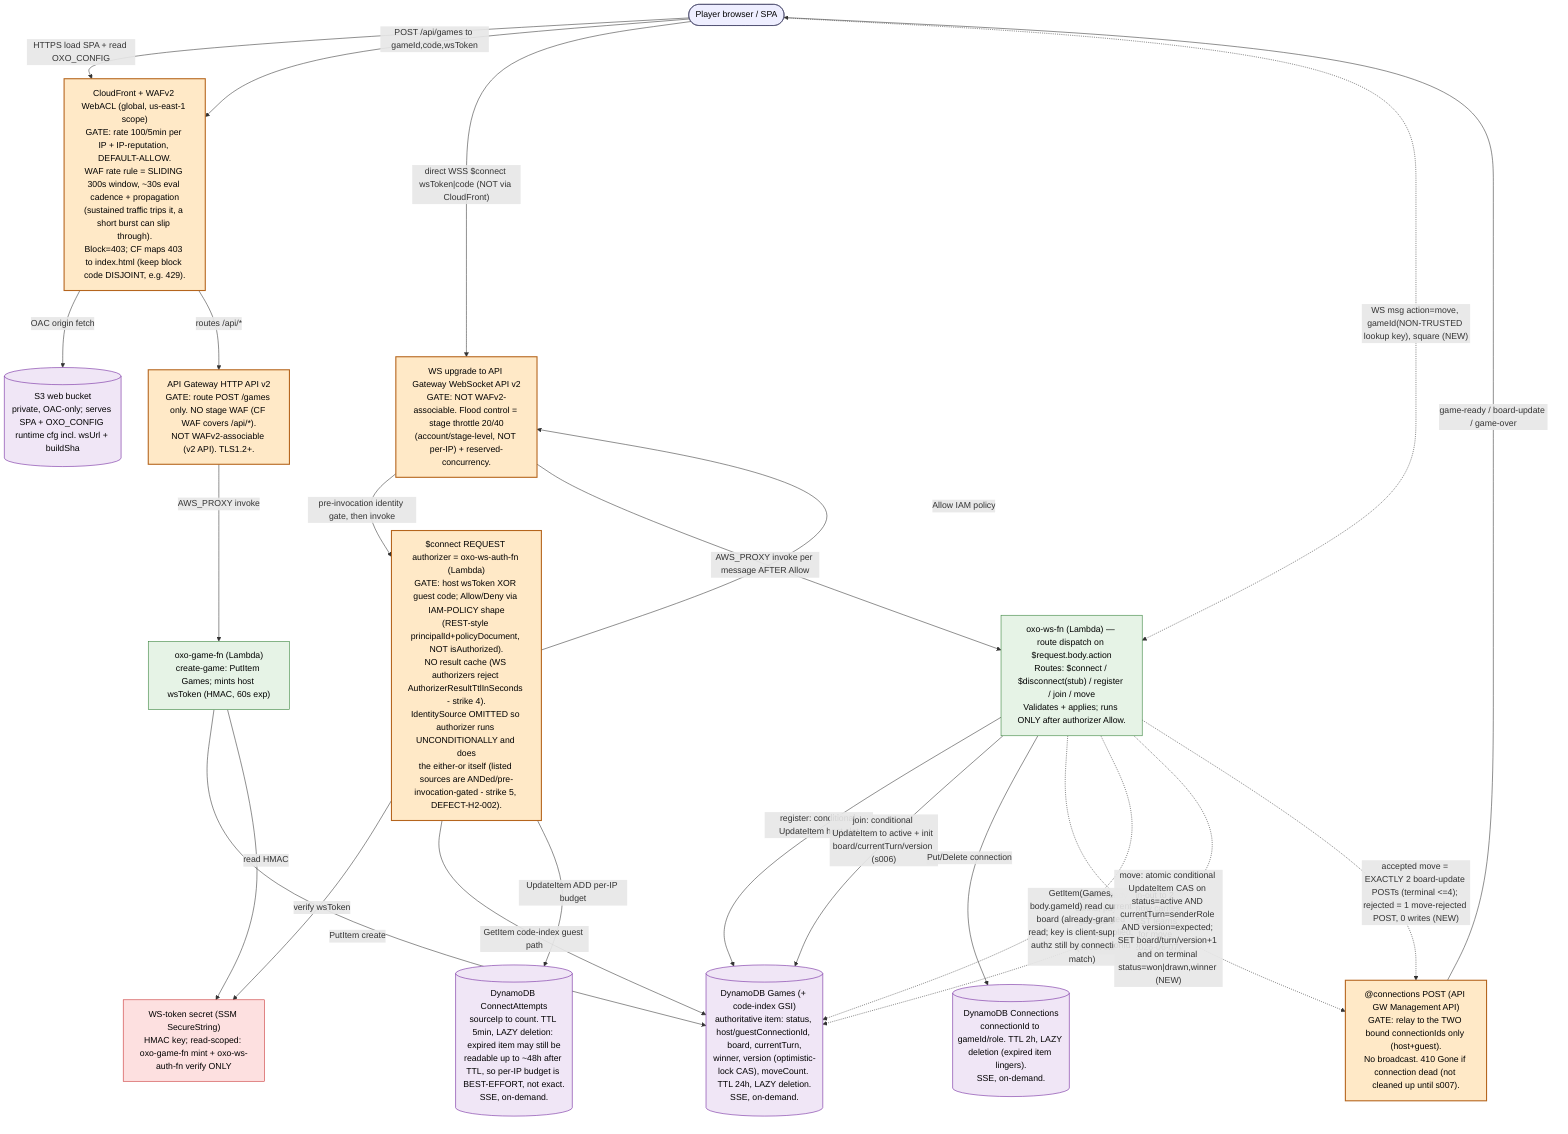
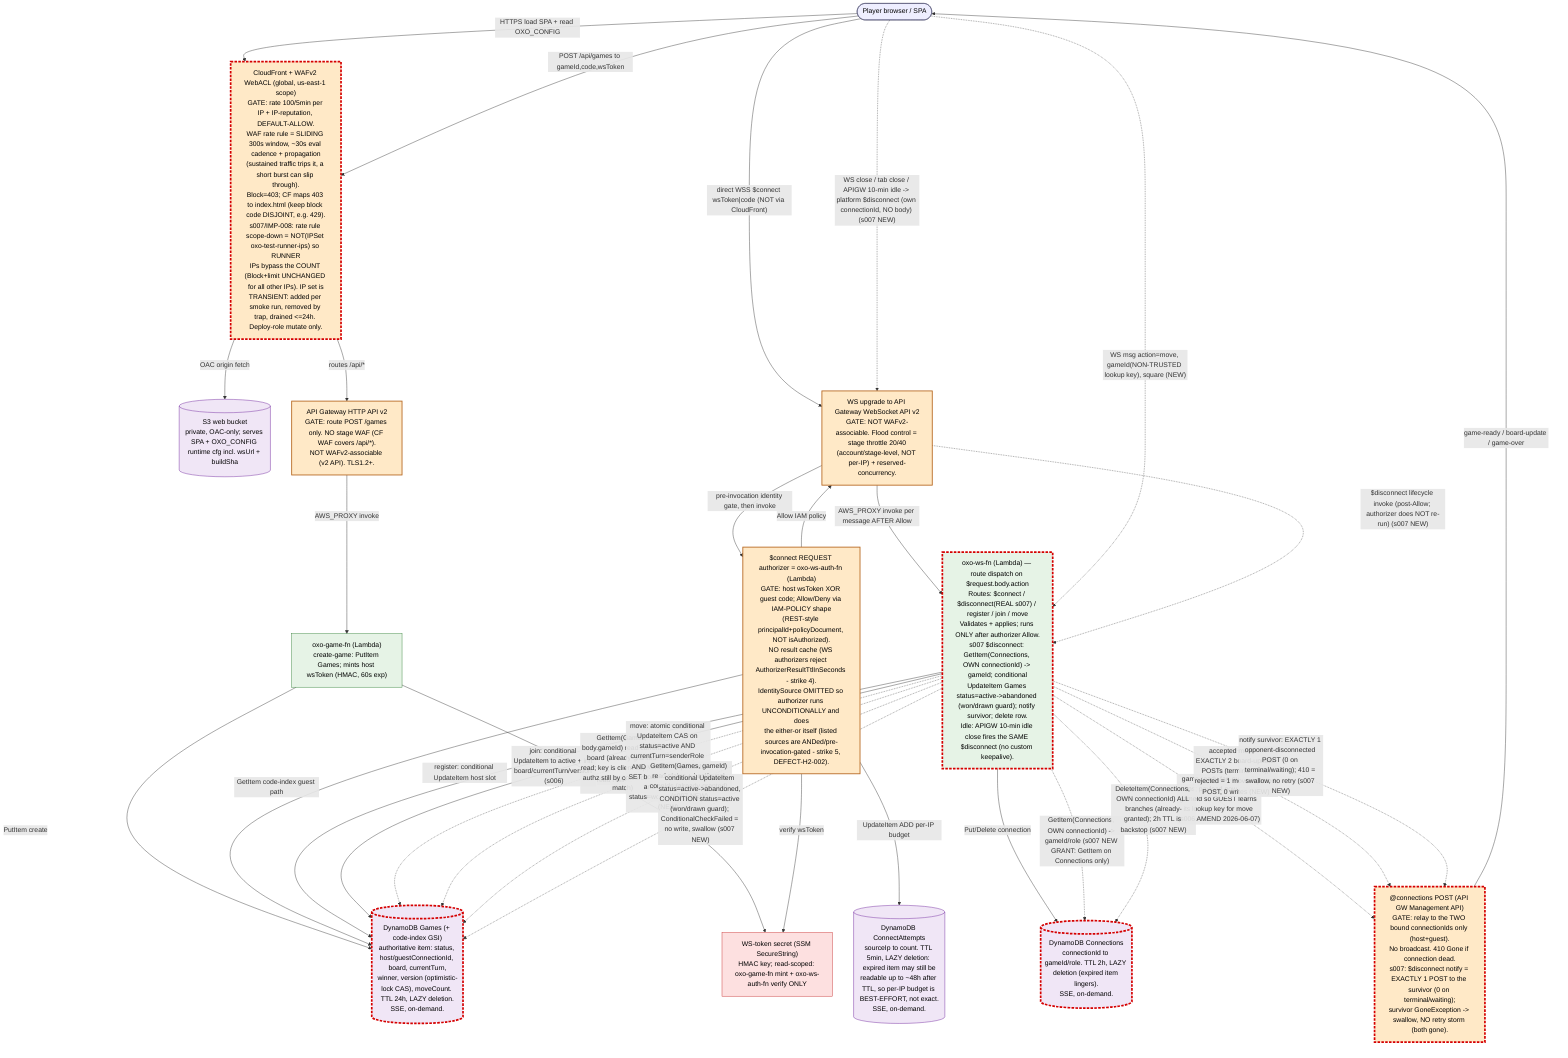
- %% oxo-online runtime data-flow — FIRST EDITION (s006, OI-31 architect share, process §12a)
+ %% oxo-online runtime data-flow — s007 edition (process §12a)
%% Platform GATES are explicit nodes. Non-obvious platform semantics are named ON the node.
- %% This file is the TESTER's planning input. classDef changed marks THIS slice's (s006) delta.
+ %% This file is the TESTER's planning input. classDef changed marks THIS slice's (s007) delta.
%% Granularity: module / gate level (coarse). Built scope only (deferred items are NOT drawn).
+ %% s007 marks: the $disconnect path becomes REAL (abandon+notify+clean up) and the
+ %% CloudFront WAF gate gains the oxo-test-runner-ips IP-set scope-down annotation (IMP-008).

flowchart TD

  %% ---- Edge / SPA path (HTTPS) ----
  player(["Player browser / SPA"]):::actor
-   cfwaf["CloudFront + WAFv2 WebACL (global, us-east-1 scope)<br/>GATE: rate 100/5min per IP + IP-reputation, DEFAULT-ALLOW.<br/>WAF rate rule = SLIDING 300s window, ~30s eval cadence + propagation<br/>(sustained traffic trips it, a short burst can slip through).<br/>Block=403; CF maps 403 to index.html (keep block code DISJOINT, e.g. 429)."]:::gate
+   cfwaf["CloudFront + WAFv2 WebACL (global, us-east-1 scope)<br/>GATE: rate 100/5min per IP + IP-reputation, DEFAULT-ALLOW.<br/>WAF rate rule = SLIDING 300s window, ~30s eval cadence + propagation<br/>(sustained traffic trips it, a short burst can slip through).<br/>Block=403; CF maps 403 to index.html (keep block code DISJOINT, e.g. 429).<br/>s007/IMP-008: rate rule scope-down = NOT(IPSet oxo-test-runner-ips) so RUNNER<br/>IPs bypass the COUNT (Block+limit UNCHANGED for all other IPs). IP set is<br/>TRANSIENT: added per smoke run, removed by trap, drained <=24h. Deploy-role mutate only."]:::gate
  s3[("S3 web bucket<br/>private, OAC-only; serves SPA + OXO_CONFIG runtime cfg incl. wsUrl + buildSha")]:::store
  httpapi["API Gateway HTTP API v2<br/>GATE: route POST /games only. NO stage WAF (CF WAF covers /api/*).<br/>NOT WAFv2-associable (v2 API). TLS1.2+."]:::gate
  gamefn["oxo-game-fn (Lambda)<br/>create-game: PutItem Games; mints host wsToken (HMAC, 60s exp)"]:::compute
  secret["WS-token secret (SSM SecureString)<br/>HMAC key; read-scoped: oxo-game-fn mint + oxo-ws-auth-fn verify ONLY"]:::secret

  %% ---- WebSocket path (WSS, NOT via CloudFront) ----
  wsupgrade["WS upgrade to API Gateway WebSocket API v2<br/>GATE: NOT WAFv2-associable. Flood control = stage throttle 20/40<br/>(account/stage-level, NOT per-IP) + reserved-concurrency."]:::gate
  wsauth["$connect REQUEST authorizer = oxo-ws-auth-fn (Lambda)<br/>GATE: host wsToken XOR guest code; Allow/Deny via IAM-POLICY shape<br/>(REST-style principalId+policyDocument, NOT isAuthorized).<br/>NO result cache (WS authorizers reject AuthorizerResultTtlInSeconds - strike 4).<br/>IdentitySource OMITTED so authorizer runs UNCONDITIONALLY and does<br/>the either-or itself (listed sources are ANDed/pre-invocation-gated - strike 5, DEFECT-H2-002)."]:::gate
  attempts[("DynamoDB ConnectAttempts<br/>sourceIp to count. TTL 5min, LAZY deletion: expired item may still be<br/>readable up to ~48h after TTL, so per-IP budget is BEST-EFFORT, not exact.<br/>SSE, on-demand.")]:::store
-   wsfn["oxo-ws-fn (Lambda) — route dispatch on $request.body.action<br/>Routes: $connect / $disconnect(stub) / register / join / move<br/>Validates + applies; runs ONLY after authorizer Allow."]:::compute
+   wsfn["oxo-ws-fn (Lambda) — route dispatch on $request.body.action<br/>Routes: $connect / $disconnect(REAL s007) / register / join / move<br/>Validates + applies; runs ONLY after authorizer Allow.<br/>s007 $disconnect: GetItem(Connections, OWN connectionId) -> gameId; conditional<br/>UpdateItem Games status=active->abandoned (won/drawn guard); notify survivor; delete row.<br/>Idle: APIGW 10-min idle close fires the SAME $disconnect (no custom keepalive)."]:::compute
  conn[("DynamoDB Connections<br/>connectionId to gameId/role. TTL 2h, LAZY deletion (expired item lingers).<br/>SSE, on-demand.")]:::store
  games[("DynamoDB Games (+ code-index GSI)<br/>authoritative item: status, host/guestConnectionId, board, currentTurn,<br/>winner, version (optimistic-lock CAS), moveCount. TTL 24h, LAZY deletion.<br/>SSE, on-demand.")]:::store
-   relay["@connections POST (API GW Management API)<br/>GATE: relay to the TWO bound connectionIds only (host+guest).<br/>No broadcast. 410 Gone if connection dead (not cleaned up until s007)."]:::gate
+   relay["@connections POST (API GW Management API)<br/>GATE: relay to the TWO bound connectionIds only (host+guest).<br/>No broadcast. 410 Gone if connection dead.<br/>s007: $disconnect notify = EXACTLY 1 POST to the survivor (0 on terminal/waiting);<br/>survivor GoneException -> swallow, NO retry storm (both gone)."]:::gate

  %% ---- Existing edges (built s001..s005-h2) ----
  player -->|"HTTPS load SPA + read OXO_CONFIG"| cfwaf
  cfwaf -->|"OAC origin fetch"| s3
  cfwaf -->|"routes /api/*"| httpapi
  player -->|"POST /api/games to gameId,code,wsToken"| cfwaf
  httpapi -->|"AWS_PROXY invoke"| gamefn
  gamefn -->|"PutItem create"| games
  gamefn -->|"read HMAC"| secret

  player -->|"direct WSS $connect wsToken|code (NOT via CloudFront)"| wsupgrade
  wsupgrade -->|"pre-invocation identity gate, then invoke"| wsauth
  wsauth -->|"verify wsToken"| secret
  wsauth -->|"GetItem code-index guest path"| games
  wsauth -->|"UpdateItem ADD per-IP budget"| attempts
  wsauth -->|"Allow IAM policy"| wsupgrade
  wsupgrade -->|"AWS_PROXY invoke per message AFTER Allow"| wsfn
  wsfn -->|"register: conditional UpdateItem host slot"| games
  wsfn -->|"join: conditional UpdateItem to active + init board/currentTurn/version (s006)"| games
  wsfn -->|"Put/Delete connection"| conn
  wsfn -.->|"game-ready fan-out to 2 conns; payload now carries gameId so GUEST learns its lookup key for move (s006 AMEND 2026-06-07)"| relay
  relay -->|"game-ready / board-update / game-over"| player

  %% ---- s006 NEW data flow: move relay (CHANGED, dotted) ----
  %% AMEND 2026-06-07: move frame carries gameId as a NON-TRUSTED LOOKUP KEY (selects
  %% the Games item to read; NOT an identity/role claim). Authorization is the
  %% server-side match of the REAL requestContext.connectionId vs stored host/guest
  %% ConnectionId; forged gameId resolves a game the sender is not in -> reject, no
  %% write. This is why NO Connections-read edge is added on the move path (S5 intact).
  %% game-ready fan-out (line 44 / join.ts) must now also carry gameId so the GUEST
  %% (joins by code) can supply the lookup key.
  player -.->|"WS msg action=move, gameId(NON-TRUSTED lookup key), square (NEW)"| wsfn
  wsfn -.->|"GetItem(Games, body.gameId) read current board (already-granted read; key is client-supplied, authz still by connectionId match)"| games
  wsfn -.->|"move: atomic conditional UpdateItem CAS on status=active AND currentTurn=senderRole AND version=expected; SET board/turn/version+1 and on terminal status=won|drawn,winner (NEW)"| games
  wsfn -.->|"accepted move = EXACTLY 2 board-update POSTs (terminal <=4); rejected = 1 move-rejected POST, 0 writes (NEW)"| relay

+   %% ---- s007 NEW data flow: $disconnect abandon + notify + clean up (CHANGED, dotted) ----
+   %% Platform fires $disconnect with ONLY the disconnecting OWN connectionId (no gameId, no body).
+   %% connectionId IS the identity (platform-set, unspoofable) -> NO force-abandon spoof path.
+   %% New IAM grant: dynamodb:GetItem on Connections ONLY (read OWN row by PK; no Query/Scan).
+   player -.->|"WS close / tab close / APIGW 10-min idle -> platform $disconnect (own connectionId, NO body) (s007 NEW)"| wsupgrade
+   wsupgrade -.->|"$disconnect lifecycle invoke (post-Allow; authorizer does NOT re-run) (s007 NEW)"| wsfn
+   wsfn -.->|"GetItem(Connections, OWN connectionId) -> gameId/role (s007 NEW GRANT: GetItem on Connections only)"| conn
+   wsfn -.->|"GetItem(Games, gameId) read status + host/guest connIds (already-granted) (s007 NEW)"| games
+   wsfn -.->|"conditional UpdateItem status=active->abandoned, CONDITION status=active (won/drawn guard); ConditionalCheckFailed = no write, swallow (s007 NEW)"| games
+   wsfn -.->|"notify survivor: EXACTLY 1 opponent-disconnected POST (0 on terminal/waiting); 410 = swallow, no retry (s007 NEW)"| relay
+   wsfn -.->|"DeleteItem(Connections, OWN connectionId) ALL branches (already-granted); 2h TTL is backstop (s007 NEW)"| conn
+ 
  %% ---- classDef ----
  classDef actor fill:#eef,stroke:#446,color:#000;
  classDef gate fill:#ffe9c7,stroke:#b5651d,color:#000,stroke-width:2px;
  classDef compute fill:#e6f3e6,stroke:#2e7d32,color:#000;
  classDef store fill:#f0e6f6,stroke:#6a1b9a,color:#000;
  classDef secret fill:#fde0e0,stroke:#c62828,color:#000;
  classDef changed stroke:#d50000,stroke-width:4px,stroke-dasharray:6 3;

  %% s006 changed marks CLEARED (2026-06-07 — tester consumed, UC6 prod validation PASS)
  %% Previously marked: wsfn (move route), games (move-write semantics).
  %% Dotted edges (move msg, GetItem, CAS write, 2-post relay) are now delivered/stable.
+ 
+   %% ---- s007 CHANGED marks (tester plans from these) ----
+   %% wsfn: $disconnect stub -> real (abandon+notify+clean up); +Connections GetItem grant.
+   %% conn: now READ on the $disconnect path (was write-only) — new GetItem edge.
+   %% games: gains active->abandoned conditional transition on $disconnect.
+   %% relay: gains the 1-post survivor notify (0 on terminal/waiting).
+   %% cfwaf: gains the IMP-008 oxo-test-runner-ips IP-set scope-down annotation.
+   class wsfn,conn,games,relay,cfwaf changed;
